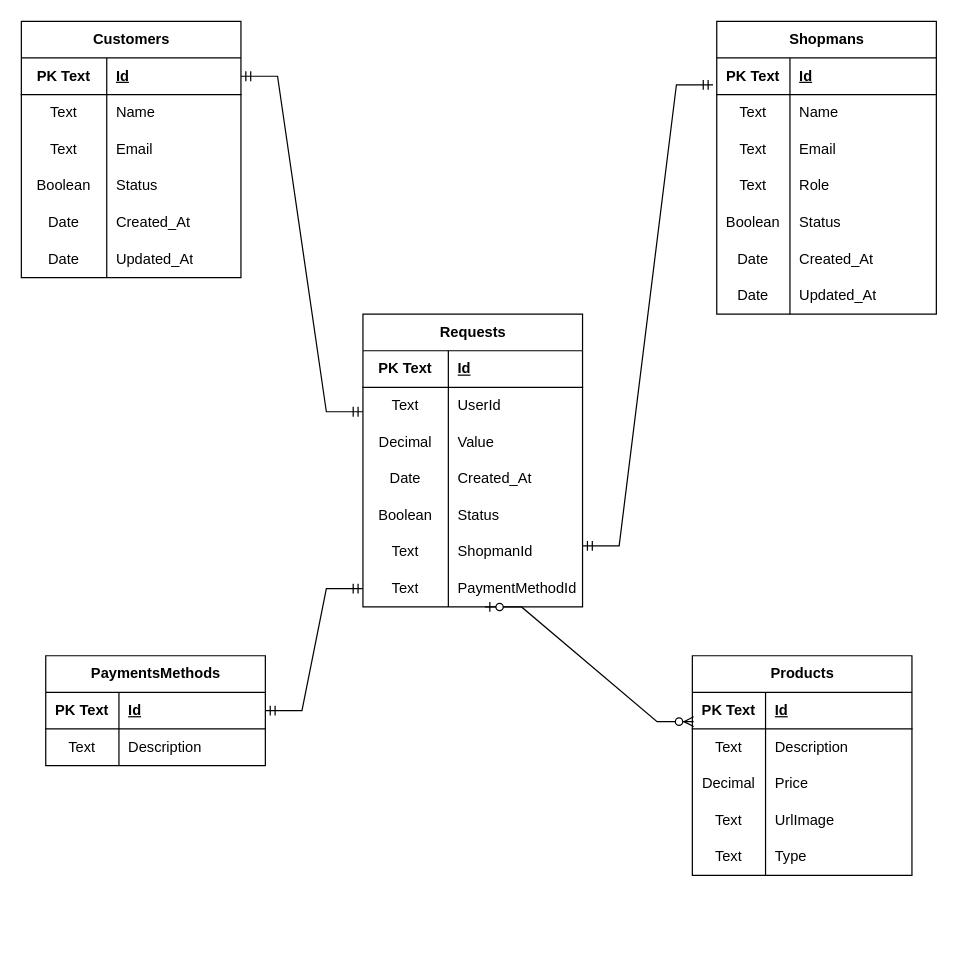
Above: DiagramAPIDelivery.drawio in jessicaagrs/backend_APIDelivery (draw.io), before the change. Source tidied: cells renumbered, new cells numbered last; positions are measured from the earlier drawing's top-left corner, leaving out a move shared by most shapes. Both pictures are drawn from the tidied source at 122%, with x=0, y=0 at pixel (21, 21).
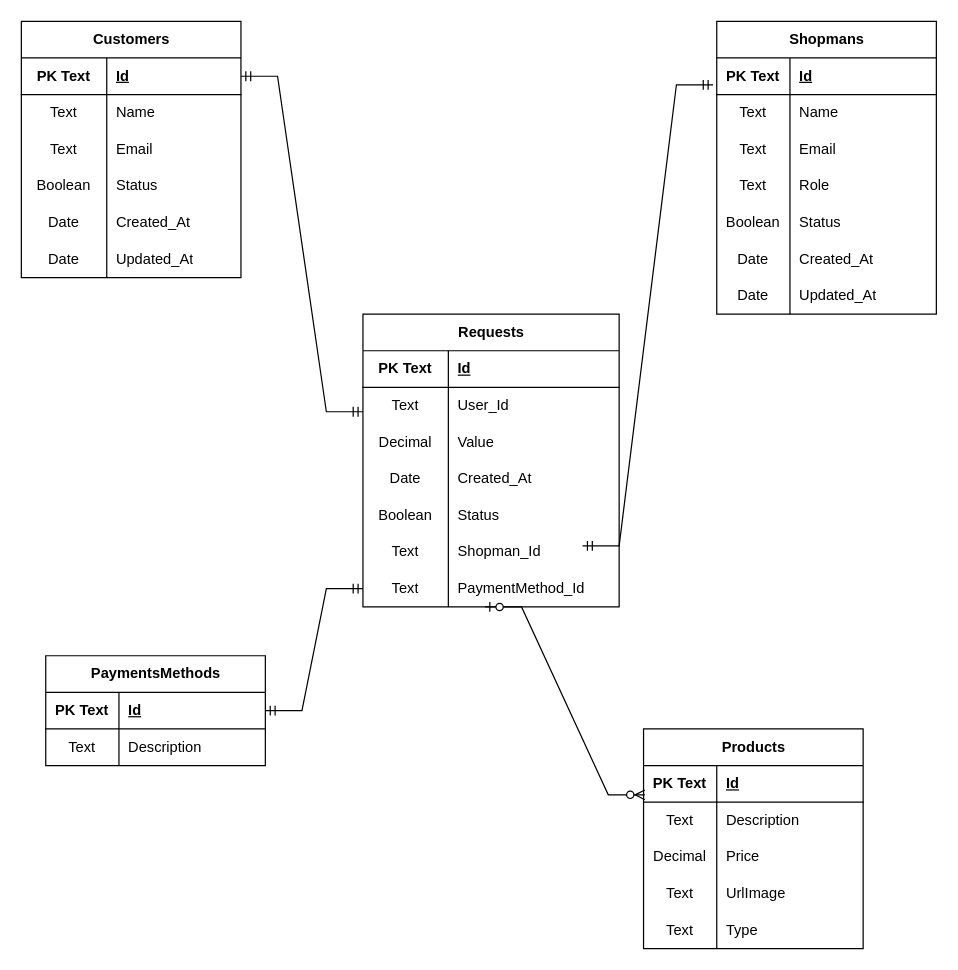
The same diagram, later.

Diff of the diagram source:
```diff
@@
     <mxCell id="50" value="Products" style="shape=table;startSize=30;childLayout=tableLayout;rowLines=0;fontStyle=1;align=center;html=1;" parent="1" vertex="1">
-      <mxGeometry x="550" y="520" width="180" height="180" as="geometry" />
+      <mxGeometry x="510" y="580" width="180" height="180" as="geometry" />
     </mxCell>
@@
     <mxCell id="66" value="Requests" style="shape=table;startSize=30;childLayout=tableLayout;rowLines=0;fontStyle=1;align=center;html=1;" parent="1" vertex="1">
-      <mxGeometry x="280" y="240" width="180" height="240" as="geometry" />
+      <mxGeometry x="280" y="240" width="210" height="240" as="geometry" />
     </mxCell>
     <mxCell id="67" style="shape=tableRow;horizontal=0;startSize=0;swimlaneHead=0;swimlaneBody=0;fillColor=none;top=0;left=0;right=0;bottom=1;" parent="66" vertex="1">
-      <mxGeometry y="30" width="180" height="30" as="geometry" />
+      <mxGeometry y="30" width="210" height="30" as="geometry" />
     </mxCell>
@@
     <mxCell id="69" value="Id" style="shape=partialRectangle;fillColor=none;top=0;left=0;bottom=0;right=0;align=left;spacingLeft=6;fontStyle=5;overflow=hidden;whiteSpace=wrap;html=1;" parent="67" vertex="1">
-      <mxGeometry x="70" width="110" height="30" as="geometry" />
+      <mxGeometry x="70" width="140" height="30" as="geometry" />
     </mxCell>
     <mxCell id="70" style="shape=tableRow;horizontal=0;startSize=0;swimlaneHead=0;swimlaneBody=0;fillColor=none;top=0;left=0;right=0;bottom=0;" parent="66" vertex="1">
-      <mxGeometry y="60" width="180" height="30" as="geometry" />
+      <mxGeometry y="60" width="210" height="30" as="geometry" />
     </mxCell>
@@
-    <mxCell id="72" value="UserId" style="shape=partialRectangle;fillColor=none;top=0;left=0;bottom=0;right=0;align=left;spacingLeft=6;overflow=hidden;whiteSpace=wrap;html=1;" parent="70" vertex="1">
-      <mxGeometry x="70" width="110" height="30" as="geometry" />
+    <mxCell id="72" value="User_Id" style="shape=partialRectangle;fillColor=none;top=0;left=0;bottom=0;right=0;align=left;spacingLeft=6;overflow=hidden;whiteSpace=wrap;html=1;" parent="70" vertex="1">
+      <mxGeometry x="70" width="140" height="30" as="geometry" />
     </mxCell>
     <mxCell id="73" style="shape=tableRow;horizontal=0;startSize=0;swimlaneHead=0;swimlaneBody=0;fillColor=none;top=0;left=0;right=0;bottom=0;" parent="66" vertex="1">
-      <mxGeometry y="90" width="180" height="30" as="geometry" />
+      <mxGeometry y="90" width="210" height="30" as="geometry" />
     </mxCell>
@@
     <mxCell id="75" value="Value" style="shape=partialRectangle;fillColor=none;top=0;left=0;bottom=0;right=0;align=left;spacingLeft=6;overflow=hidden;whiteSpace=wrap;html=1;" parent="73" vertex="1">
-      <mxGeometry x="70" width="110" height="30" as="geometry" />
+      <mxGeometry x="70" width="140" height="30" as="geometry" />
     </mxCell>
     <mxCell id="76" style="shape=tableRow;horizontal=0;startSize=0;swimlaneHead=0;swimlaneBody=0;fillColor=none;top=0;left=0;right=0;bottom=0;" parent="66" vertex="1">
-      <mxGeometry y="120" width="180" height="30" as="geometry" />
+      <mxGeometry y="120" width="210" height="30" as="geometry" />
     </mxCell>
@@
     <mxCell id="78" value="Created_At" style="shape=partialRectangle;fillColor=none;top=0;left=0;bottom=0;right=0;align=left;spacingLeft=6;overflow=hidden;whiteSpace=wrap;html=1;" parent="76" vertex="1">
-      <mxGeometry x="70" width="110" height="30" as="geometry" />
+      <mxGeometry x="70" width="140" height="30" as="geometry" />
     </mxCell>
     <mxCell id="79" style="shape=tableRow;horizontal=0;startSize=0;swimlaneHead=0;swimlaneBody=0;fillColor=none;top=0;left=0;right=0;bottom=0;" parent="66" vertex="1">
-      <mxGeometry y="150" width="180" height="30" as="geometry" />
+      <mxGeometry y="150" width="210" height="30" as="geometry" />
     </mxCell>
@@
     <mxCell id="81" value="Status" style="shape=partialRectangle;fillColor=none;top=0;left=0;bottom=0;right=0;align=left;spacingLeft=6;overflow=hidden;whiteSpace=wrap;html=1;" parent="79" vertex="1">
-      <mxGeometry x="70" width="110" height="30" as="geometry" />
+      <mxGeometry x="70" width="140" height="30" as="geometry" />
     </mxCell>
     <mxCell id="82" style="shape=tableRow;horizontal=0;startSize=0;swimlaneHead=0;swimlaneBody=0;fillColor=none;top=0;left=0;right=0;bottom=0;" parent="66" vertex="1">
-      <mxGeometry y="180" width="180" height="30" as="geometry" />
+      <mxGeometry y="180" width="210" height="30" as="geometry" />
     </mxCell>
@@
-    <mxCell id="84" value="ShopmanId" style="shape=partialRectangle;fillColor=none;top=0;left=0;bottom=0;right=0;align=left;spacingLeft=6;overflow=hidden;whiteSpace=wrap;html=1;" parent="82" vertex="1">
-      <mxGeometry x="70" width="110" height="30" as="geometry" />
+    <mxCell id="84" value="Shopman_Id" style="shape=partialRectangle;fillColor=none;top=0;left=0;bottom=0;right=0;align=left;spacingLeft=6;overflow=hidden;whiteSpace=wrap;html=1;" parent="82" vertex="1">
+      <mxGeometry x="70" width="140" height="30" as="geometry" />
     </mxCell>
     <mxCell id="85" style="shape=tableRow;horizontal=0;startSize=0;swimlaneHead=0;swimlaneBody=0;fillColor=none;top=0;left=0;right=0;bottom=0;" parent="66" vertex="1">
-      <mxGeometry y="210" width="180" height="30" as="geometry" />
+      <mxGeometry y="210" width="210" height="30" as="geometry" />
     </mxCell>
@@
-    <mxCell id="87" value="PaymentMethodId" style="shape=partialRectangle;fillColor=none;top=0;left=0;bottom=0;right=0;align=left;spacingLeft=6;overflow=hidden;whiteSpace=wrap;html=1;" parent="85" vertex="1">
-      <mxGeometry x="70" width="110" height="30" as="geometry" />
+    <mxCell id="87" value="PaymentMethod_Id" style="shape=partialRectangle;fillColor=none;top=0;left=0;bottom=0;right=0;align=left;spacingLeft=6;overflow=hidden;whiteSpace=wrap;html=1;" parent="85" vertex="1">
+      <mxGeometry x="70" width="140" height="30" as="geometry" />
     </mxCell>
```
